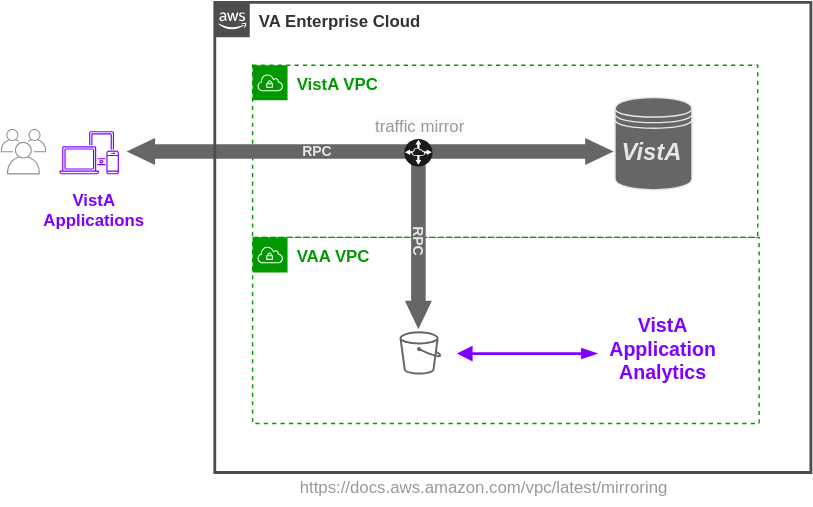
The draw.io diagram vam.svg in cloudvista/vaa, before a commit. Source tidied: cells renumbered, new cells last; positions are measured from the earlier drawing's top-left corner, leaving out a move shared by most shapes.
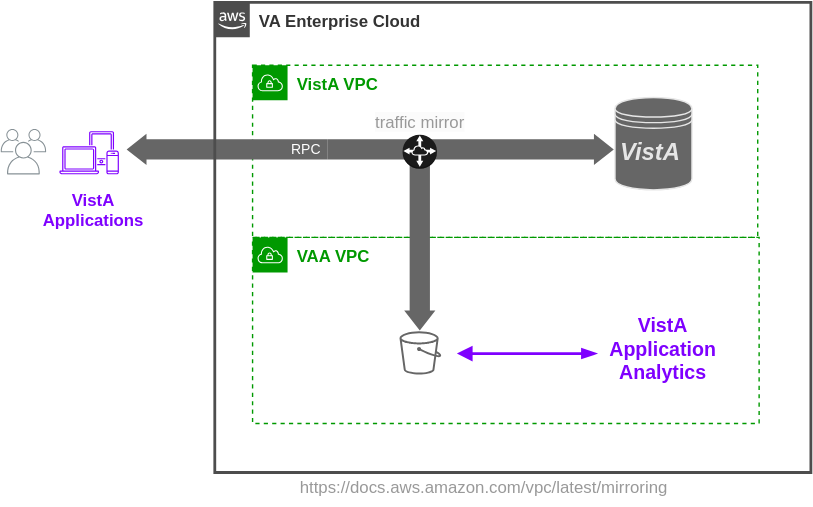
After the commit.

Change to the diagram source:
```diff
@@ -8,12 +8,9 @@
     <mxCell id="3" value="&lt;b style=&quot;&quot;&gt;&lt;font color=&quot;#009900&quot;&gt;VistA VPC&lt;/font&gt;&lt;/b&gt;" style="gradientColor=none;html=1;whiteSpace=wrap;fontSize=12;fontStyle=0;shape=mxgraph.aws4.group;grIcon=mxgraph.aws4.group_vpc;strokeColor=#009900;fillColor=none;verticalAlign=top;align=left;spacingLeft=30;fontColor=#AAB7B8;dashed=1;strokeWidth=1;" parent="1" vertex="1">
       <mxGeometry x="180" y="45" width="361" height="123" as="geometry" />
     </mxCell>
-    <mxCell id="4" style="html=1;shadow=0;dashed=0;align=center;verticalAlign=middle;shape=mxgraph.arrows2.arrow;dy=0.46;dx=20.3;direction=west;notch=0;strokeColor=none;strokeWidth=1;fontSize=12;fontColor=#808080;fillColor=#666666;flipV=1;" parent="1" vertex="1">
-      <mxGeometry x="90" y="97" width="143.4" height="19.3" as="geometry" />
+    <mxCell id="4" style="html=1;shadow=0;dashed=0;align=center;verticalAlign=middle;shape=mxgraph.arrows2.arrow;dy=0.35;dx=14.19;direction=west;notch=0;strokeColor=none;strokeWidth=1;fontSize=12;fontColor=#808080;fillColor=#666666;flipV=1;" parent="1" vertex="1">
+      <mxGeometry x="90" y="94" width="143.4" height="22.3" as="geometry" />
     </mxCell>
-    <mxCell id="5" style="html=1;shadow=0;dashed=0;align=center;verticalAlign=middle;shape=mxgraph.arrows2.arrow;dy=0.46;dx=20.3;direction=east;notch=0;strokeColor=none;strokeWidth=1;fontSize=12;fontColor=#808080;fillColor=#666666;flipV=1;" parent="1" vertex="1">
-      <mxGeometry x="232" y="97" width="206" height="19.3" as="geometry" />
-    </mxCell>
     <mxCell id="6" value="&lt;b&gt;&lt;font color=&quot;#333333&quot;&gt;VA Enterprise Cloud&lt;/font&gt;&lt;/b&gt;" style="gradientColor=none;html=1;whiteSpace=wrap;fontSize=12;fontStyle=0;shape=mxgraph.aws4.group;grIcon=mxgraph.aws4.group_aws_cloud_alt;strokeColor=#4D4D4D;fillColor=none;verticalAlign=top;align=left;spacingLeft=30;fontColor=#232F3E;dashed=0;strokeWidth=2;fillOpacity=6;" parent="1" vertex="1">
       <mxGeometry x="153" width="426" height="336" as="geometry" />
     </mxCell>
@@ -30,19 +27,13 @@
       <mxGeometry x="42" y="92" width="42.5" height="31" as="geometry" />
     </mxCell>
     <mxCell id="11" value="&lt;span style=&quot;color: rgb(153, 153, 153); font-family: Helvetica; font-size: 12px; font-style: normal; font-variant-ligatures: normal; font-variant-caps: normal; font-weight: 400; letter-spacing: normal; orphans: 2; text-align: center; text-indent: 0px; text-transform: none; widows: 2; word-spacing: 0px; -webkit-text-stroke-width: 0px; background-color: rgb(251, 251, 251); text-decoration-thickness: initial; text-decoration-style: initial; text-decoration-color: initial; float: none; display: inline !important;&quot;&gt;traffic mirror&lt;/span&gt;" style="text;whiteSpace=wrap;html=1;fontColor=#009900;" parent="1" vertex="1">
-      <mxGeometry x="265.8" y="75" width="71.5" height="24" as="geometry" />
+      <mxGeometry x="265.8" y="72" width="71.5" height="24" as="geometry" />
     </mxCell>
-    <mxCell id="12" value="&lt;b&gt;&lt;font style=&quot;font-size: 10px;&quot; color=&quot;#e6e6e6&quot;&gt;RPC&lt;/font&gt;&lt;/b&gt;" style="text;html=1;align=center;verticalAlign=middle;strokeColor=none;fillColor=none;fontSize=12;fontColor=#009900;" parent="1" vertex="1">
-      <mxGeometry x="206" y="93.5" width="39" height="26" as="geometry" />
+    <mxCell id="12" value="&lt;font color=&quot;#ffffff&quot; style=&quot;font-size: 10px;&quot;&gt;RPC&lt;/font&gt;" style="text;html=1;align=center;verticalAlign=middle;strokeColor=none;fillColor=none;fontSize=12;fontColor=#009900;" parent="1" vertex="1">
+      <mxGeometry x="198.6" y="92" width="39" height="26" as="geometry" />
     </mxCell>
-    <mxCell id="13" style="html=1;shadow=0;dashed=0;align=center;verticalAlign=middle;shape=mxgraph.arrows2.arrow;dy=0.46;dx=20.3;direction=east;notch=0;strokeColor=none;strokeWidth=1;fontSize=12;fontColor=#808080;fillColor=#666666;flipV=1;rotation=90;" parent="1" vertex="1">
-      <mxGeometry x="237.2" y="162.8" width="122.5" height="19.3" as="geometry" />
-    </mxCell>
-    <mxCell id="14" style="dashed=0;verticalLabelPosition=bottom;verticalAlign=top;align=center;html=1;shape=mxgraph.aws3.vpc_peering;fillColor=#1A1A1A;gradientColor=none;strokeColor=#666666;strokeWidth=1;" parent="1" vertex="1">
-      <mxGeometry x="288.5" y="97.8" width="20" height="19.5" as="geometry" />
-    </mxCell>
-    <mxCell id="15" value="&lt;b&gt;&lt;font style=&quot;font-size: 10px;&quot; color=&quot;#e6e6e6&quot;&gt;RPC&lt;/font&gt;&lt;/b&gt;" style="text;html=1;align=center;verticalAlign=middle;strokeColor=none;fillColor=none;fontSize=12;fontColor=#009900;rotation=90;" parent="1" vertex="1">
-      <mxGeometry x="280" y="157" width="39" height="26" as="geometry" />
+    <mxCell id="15" value="&lt;font color=&quot;#ffffff&quot; style=&quot;font-size: 10px;&quot;&gt;RPC&lt;/font&gt;" style="text;html=1;align=center;verticalAlign=middle;strokeColor=none;fillColor=none;fontSize=12;fontColor=#009900;rotation=90;" parent="1" vertex="1">
+      <mxGeometry x="280" y="138" width="39" height="26" as="geometry" />
     </mxCell>
     <mxCell id="16" style="shape=datastore;whiteSpace=wrap;html=1;fontSize=10;fontColor=#7F00FF;fillColor=#666666;strokeColor=#E6E6E6;" parent="1" vertex="1">
       <mxGeometry x="439" y="68" width="55" height="66" as="geometry" />
@@ -62,5 +53,14 @@
     <mxCell id="20" value="&lt;i style=&quot;&quot;&gt;&lt;font style=&quot;font-size: 17px;&quot;&gt;VistA&lt;/font&gt;&lt;/i&gt;" style="text;html=1;strokeColor=none;fillColor=none;align=center;verticalAlign=middle;whiteSpace=wrap;rounded=0;labelBackgroundColor=none;labelBorderColor=none;fontStyle=1;fontSize=35;fontColor=#E6E6E6;" parent="1" vertex="1">
       <mxGeometry x="436.5" y="84" width="57" height="31" as="geometry" />
     </mxCell>
+    <mxCell id="21" style="html=1;shadow=0;dashed=0;align=center;verticalAlign=middle;shape=mxgraph.arrows2.arrow;dy=0.35;dx=14.19;direction=west;notch=0;strokeColor=none;strokeWidth=1;fontSize=12;fontColor=#808080;fillColor=#666666;flipV=1;rotation=-180;" parent="1" vertex="1">
+      <mxGeometry x="233.4" y="94" width="204.8" height="22.3" as="geometry" />
+    </mxCell>
+    <mxCell id="22" style="html=1;shadow=0;dashed=0;align=center;verticalAlign=middle;shape=mxgraph.arrows2.arrow;dy=0.35;dx=14.19;direction=west;notch=0;strokeColor=none;strokeWidth=1;fontSize=12;fontColor=#808080;fillColor=#666666;flipV=1;rotation=-90;" parent="1" vertex="1">
+      <mxGeometry x="237.6" y="161.4" width="123.8" height="22.3" as="geometry" />
+    </mxCell>
+    <mxCell id="14" style="dashed=0;verticalLabelPosition=bottom;verticalAlign=top;align=center;html=1;shape=mxgraph.aws3.vpc_peering;fillColor=#1A1A1A;gradientColor=none;strokeColor=#666666;strokeWidth=1;" parent="1" vertex="1">
+      <mxGeometry x="287.2" y="94.6" width="24.5" height="24.2" as="geometry" />
+    </mxCell>
   </root>
 </mxGraphModel>
```
